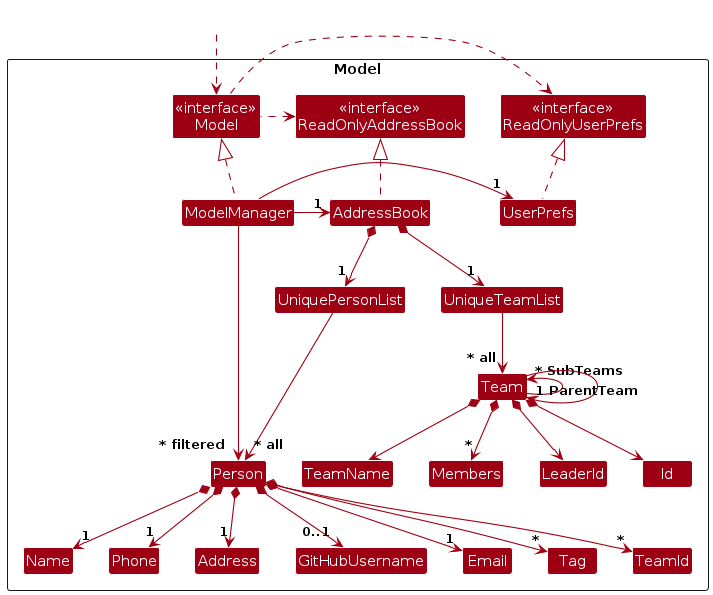
This is diagrams/ModelClassDiagram.png from AY2526S1-CS2103-F12-1/tp, a PlantUML export, as it was before one commit. Its source is kept beside it as diagrams/ModelClassDiagram.puml.
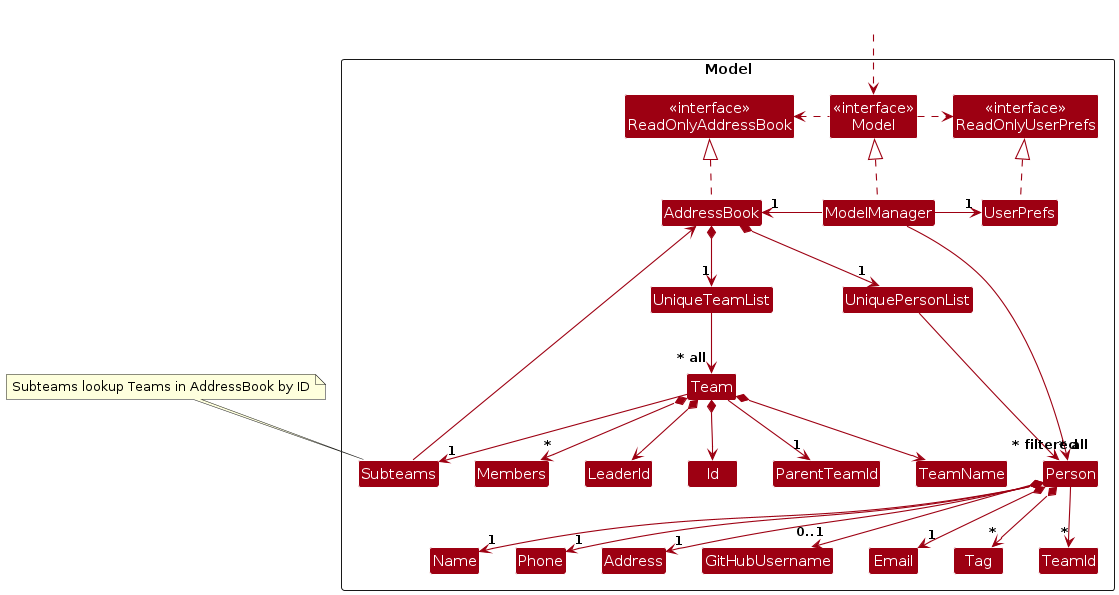
The same file after the commit.

Diff of the diagram source:
```diff
@@ -10,7 +10,9 @@
 Class "<<interface>>\nModel" as Model
 Class AddressBook
 Class ModelManager
+Class ParentTeamId
 Class UserPrefs
+Class Subteams
 
 Class UniquePersonList
 Class UniqueTeamList
@@ -60,8 +62,10 @@
 Team *--> TeamName
 Team *--> LeaderId
 Team *--> "*" Members
-Team -up-> "~* SubTeams" Team
-Team -right-> "1 ParentTeam" Team
+Team --> "1" Subteams
+Subteams --> AddressBook
+note top of Subteams: Subteams lookup Teams in AddressBook by ID
+Team --> "1" ParentTeamId
 
 
 Person -[hidden]up--> I
```
